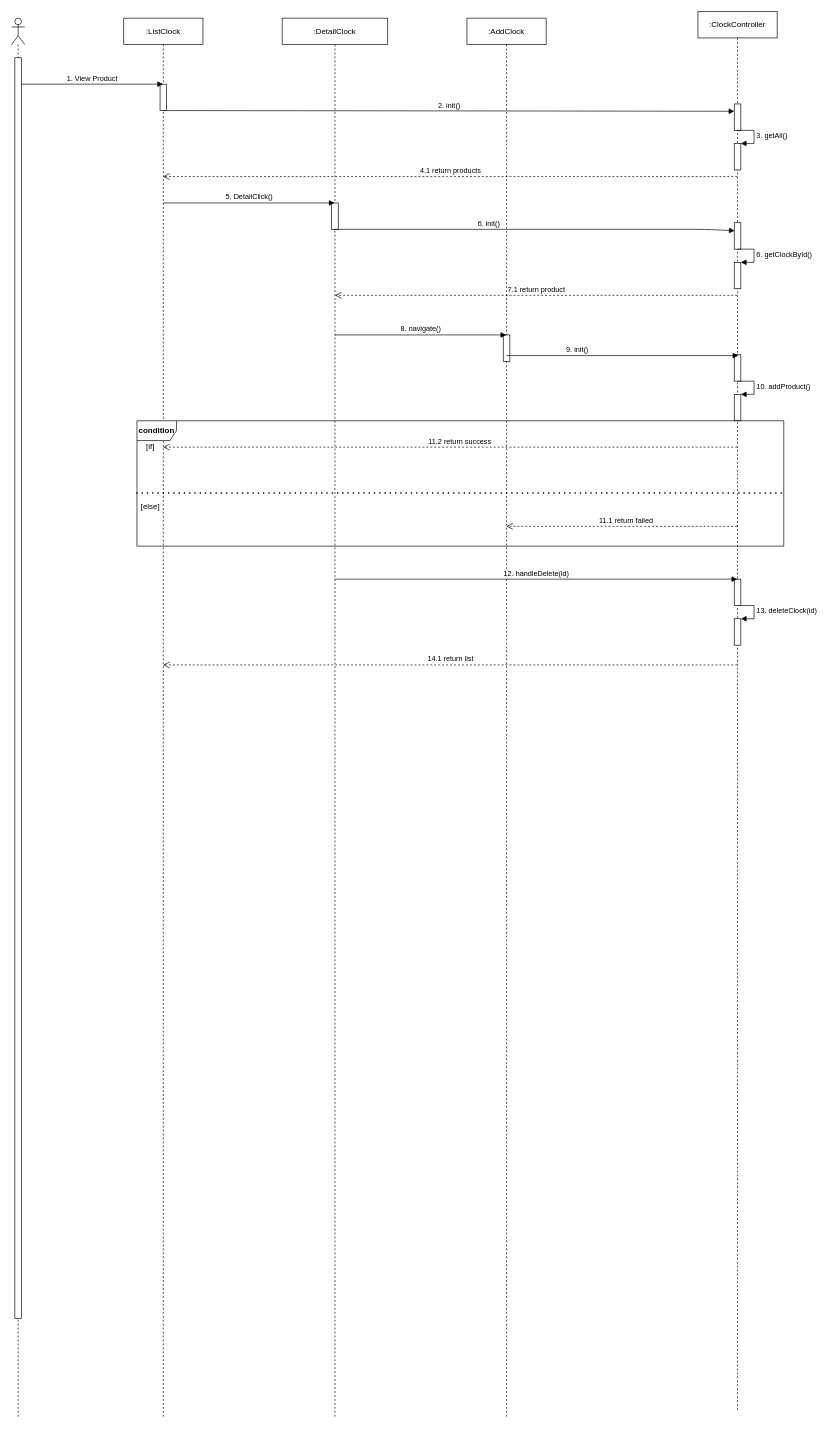
Above: page "Add-Delete" (2 of 5) of Draw/Sequence_component.drawio in TMChi3n/clock-web (draw.io), before the change. Source tidied: cells renumbered, new cells numbered last; positions are measured from the earlier drawing's top-left corner, leaving out a move shared by most shapes. Both pictures are drawn from the tidied source at 66%, with x=0, y=0 at pixel (11, 11).
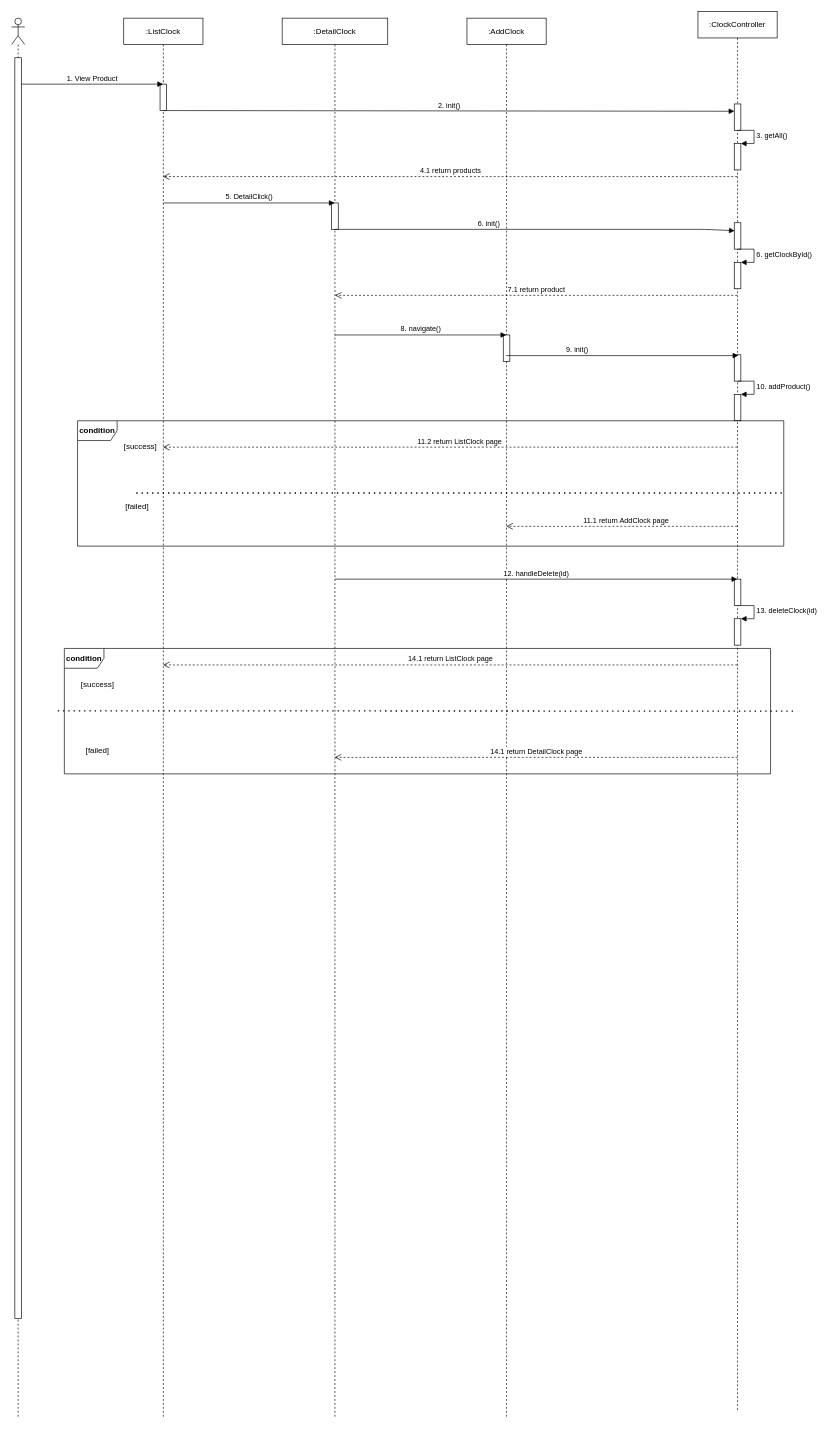
The same page after the edit.

Unchanged cells that the change refers to:
```xml
<mxCell id="4" value=":ClockController" style="shape=umlLifeline;perimeter=lifelinePerimeter;whiteSpace=wrap;html=1;outlineConnect=0;" parent="1" vertex="1">
  <mxGeometry x="1040" width="120" height="2120" as="geometry" />
</mxCell>
<mxCell id="17" value=":AddClock" style="shape=umlLifeline;perimeter=lifelinePerimeter;whiteSpace=wrap;html=1;outlineConnect=0;" parent="1" vertex="1">
  <mxGeometry x="690" y="10" width="120" height="2120" as="geometry" />
</mxCell>
<mxCell id="19" value=":DetailClock" style="shape=umlLifeline;perimeter=lifelinePerimeter;whiteSpace=wrap;html=1;outlineConnect=0;" parent="1" vertex="1">
  <mxGeometry x="410" y="10" width="160" height="2120" as="geometry" />
</mxCell>
<mxCell id="21" value=":ListClock" style="shape=umlLifeline;perimeter=lifelinePerimeter;whiteSpace=wrap;html=1;outlineConnect=0;" parent="1" vertex="1">
  <mxGeometry x="170" y="10" width="120" height="2120" as="geometry" />
</mxCell>
```

What changed in the source:
```diff
@@
-    <mxCell id="30" value="11.1 return failed" style="html=1;verticalAlign=bottom;endArrow=open;dashed=1;endSize=8;" parent="1" edge="1" source="4" target="17">
+    <mxCell id="30" value="11.1 return AddClock page" style="html=1;verticalAlign=bottom;endArrow=open;dashed=1;endSize=8;" parent="1" edge="1" source="4" target="17">
       <mxGeometry x="-0.03" relative="1" as="geometry">
         <Array as="points">
           <mxPoint x="1050" y="780" />
           <mxPoint x="890" y="780" />
           <mxPoint x="840" y="780" />
         </Array>
         <mxPoint x="1" as="offset" />
       </mxGeometry>
     </mxCell>
-    <mxCell id="31" value="11.2 return success" style="html=1;verticalAlign=bottom;endArrow=open;dashed=1;endSize=8;" parent="1" edge="1" source="4" target="21">
+    <mxCell id="31" value="11.2 return ListClock page" style="html=1;verticalAlign=bottom;endArrow=open;dashed=1;endSize=8;" parent="1" edge="1" source="4" target="21">
       <mxGeometry x="-0.03" relative="1" as="geometry">
         <Array as="points">
           <mxPoint x="1040" y="660" />
           <mxPoint x="920" y="660" />
         </Array>
         <mxPoint x="1" as="offset" />
       </mxGeometry>
     </mxCell>
@@
-    <mxCell id="33" value="&lt;b&gt;condition&lt;/b&gt;" style="shape=umlFrame;whiteSpace=wrap;html=1;" parent="1" vertex="1">
-      <mxGeometry x="190" y="620" width="980" height="190" as="geometry" />
-    </mxCell>
-    <mxCell id="34" value="[if]" style="text;html=1;align=center;verticalAlign=middle;" parent="1" vertex="1">
-      <mxGeometry x="195" y="650" width="30" height="20" as="geometry" />
+    <mxCell id="34" value="[success]" style="text;html=1;align=center;verticalAlign=middle;" parent="1" vertex="1">
+      <mxGeometry x="160" y="650" width="70" height="20" as="geometry" />
     </mxCell>
-    <mxCell id="35" value="[else]" style="text;html=1;align=center;verticalAlign=middle;" parent="1" vertex="1">
-      <mxGeometry x="190" y="740" width="40" height="20" as="geometry" />
+    <mxCell id="35" value="[failed]" style="text;html=1;align=center;verticalAlign=middle;" parent="1" vertex="1">
+      <mxGeometry x="165" y="740" width="50" height="20" as="geometry" />
     </mxCell>
@@
-    <mxCell id="38" value="14.1 return list" style="html=1;verticalAlign=bottom;endArrow=open;dashed=1;endSize=8;" parent="1" edge="1" source="4" target="21">
+    <mxCell id="38" value="14.1 return ListClock page" style="html=1;verticalAlign=bottom;endArrow=open;dashed=1;endSize=8;" parent="1" edge="1" source="4" target="21">
       <mxGeometry relative="1" as="geometry">
         <Array as="points">
           <mxPoint x="640.5" y="990" />
         </Array>
       </mxGeometry>
     </mxCell>
+    <mxCell id="39" value="14.1 return DetailClock page" style="html=1;verticalAlign=bottom;endArrow=open;dashed=1;endSize=8;" parent="1" edge="1" target="19">
+      <mxGeometry relative="1" as="geometry">
+        <mxPoint x="1100" y="1130" as="sourcePoint" />
+        <Array as="points">
+          <mxPoint x="641" y="1130" />
+        </Array>
+      </mxGeometry>
+    </mxCell>
+    <mxCell id="40" value="&lt;b&gt;condition&lt;/b&gt;" style="shape=umlFrame;whiteSpace=wrap;html=1;" parent="1" vertex="1">
+      <mxGeometry x="80" y="965" width="1070" height="190" as="geometry" />
+    </mxCell>
+    <mxCell id="41" value="[success]" style="text;html=1;align=center;verticalAlign=middle;" parent="1" vertex="1">
+      <mxGeometry x="95" y="1010" width="70" height="20" as="geometry" />
+    </mxCell>
+    <mxCell id="42" value="[failed]" style="text;html=1;align=center;verticalAlign=middle;" parent="1" vertex="1">
+      <mxGeometry x="105" y="1110" width="50" height="20" as="geometry" />
+    </mxCell>
+    <mxCell id="43" style="endArrow=none;dashed=1;html=1;dashPattern=1 3;strokeWidth=2;exitX=-0.001;exitY=0.553;exitDx=0;exitDy=0;exitPerimeter=0;" parent="1" edge="1">
+      <mxGeometry relative="1" as="geometry">
+        <mxPoint x="70" y="1059.5" as="sourcePoint" />
+        <mxPoint x="1190" y="1060" as="targetPoint" />
+      </mxGeometry>
+    </mxCell>
+    <mxCell id="44" value="&lt;b&gt;condition&lt;/b&gt;" style="shape=umlFrame;whiteSpace=wrap;html=1;" parent="1" vertex="1">
+      <mxGeometry x="100" y="620" width="1070" height="190" as="geometry" />
+    </mxCell>
```
